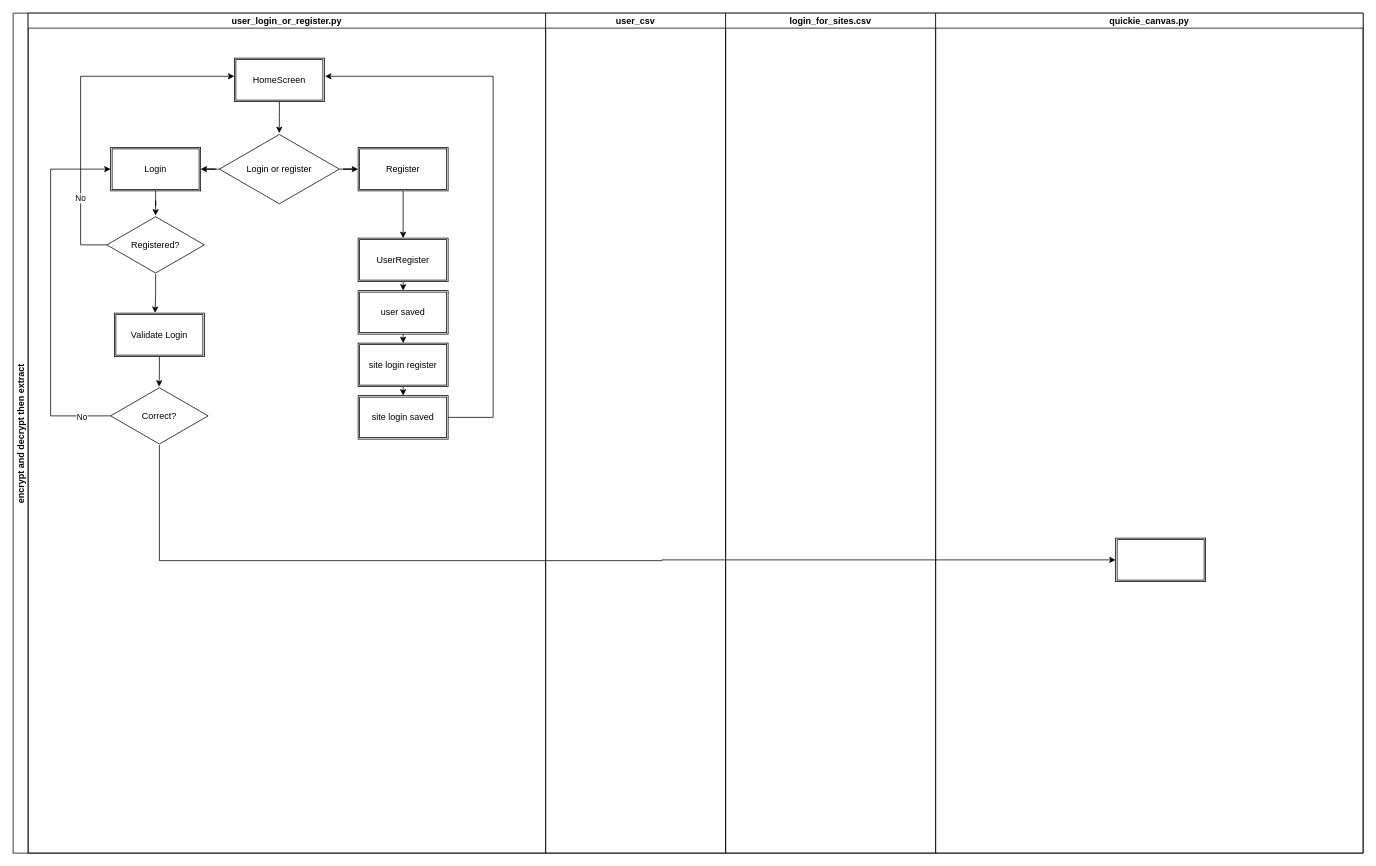
The draw.io diagram pow.scripts/QuickiePow/build/Untitled Diagram.drawio in Jubibani/Automation, before the edit. Source tidied: cells renumbered, new cells numbered last; positions are measured from the earlier drawing's top-left corner, leaving out a move shared by most shapes. Both pictures are drawn from the tidied source at 75%, with x=0, y=0 at pixel (13, 13).
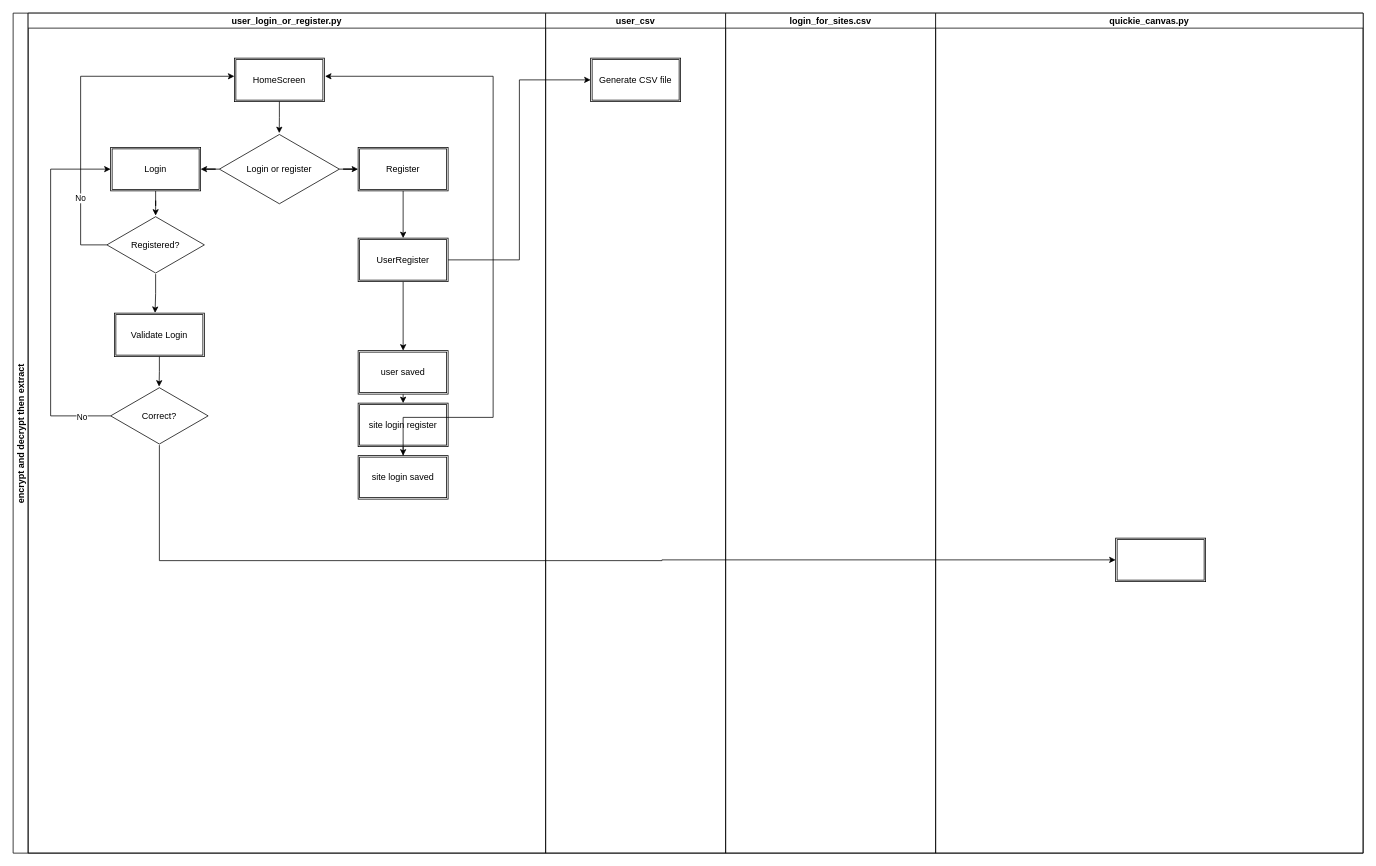
The same page after the edit.

The change refers to these unchanged cells:
```xml
<mxCell id="2" value="encrypt and decrypt then extract" style="swimlane;startSize=20;horizontal=0;" parent="1" vertex="1">
  <mxGeometry width="1800" height="1120" as="geometry" />
</mxCell>
<mxCell id="3" value="user_login_or_register.py" style="swimlane;startSize=20;" parent="2" vertex="1">
  <mxGeometry x="20" width="690" height="1120" as="geometry" />
</mxCell>
<mxCell id="12" value="UserRegister" style="shape=ext;double=1;rounded=0;whiteSpace=wrap;html=1;" parent="3" vertex="1">
  <mxGeometry x="440" y="300" width="120" height="58" as="geometry" />
</mxCell>
<mxCell id="30" value="user_csv" style="swimlane;startSize=20;" parent="2" vertex="1">
  <mxGeometry x="710" width="240" height="1120" as="geometry" />
</mxCell>
```

The edit, as a diff of the source:
```diff
@@
     <mxCell id="14" value="site login register" style="shape=ext;double=1;rounded=0;whiteSpace=wrap;html=1;" parent="3" vertex="1">
-      <mxGeometry x="440" y="440" width="120" height="58" as="geometry" />
+      <mxGeometry x="440" y="520" width="120" height="58" as="geometry" />
     </mxCell>
@@
     <mxCell id="16" value="user saved" style="shape=ext;double=1;rounded=0;whiteSpace=wrap;html=1;" parent="3" vertex="1">
-      <mxGeometry x="440" y="370" width="120" height="58" as="geometry" />
+      <mxGeometry x="440" y="450" width="120" height="58" as="geometry" />
     </mxCell>
     <mxCell id="17" value="site login saved" style="shape=ext;double=1;rounded=0;whiteSpace=wrap;html=1;" parent="3" vertex="1">
-      <mxGeometry x="440" y="510" width="120" height="58" as="geometry" />
+      <mxGeometry x="440" y="590" width="120" height="58" as="geometry" />
     </mxCell>
@@
+    <mxCell id="35" value="Generate CSV file" style="shape=ext;double=1;rounded=0;whiteSpace=wrap;html=1;" parent="30" vertex="1">
+      <mxGeometry x="60" y="60" width="120" height="58" as="geometry" />
+    </mxCell>
@@
+    <mxCell id="36" style="edgeStyle=orthogonalEdgeStyle;rounded=0;jettySize=auto;html=1;exitX=1;exitY=0.5;exitDx=0;exitDy=0;entryX=0;entryY=0.5;entryDx=0;entryDy=0;" parent="2" edge="1" source="12" target="35">
+      <mxGeometry relative="1" as="geometry" />
+    </mxCell>
```
